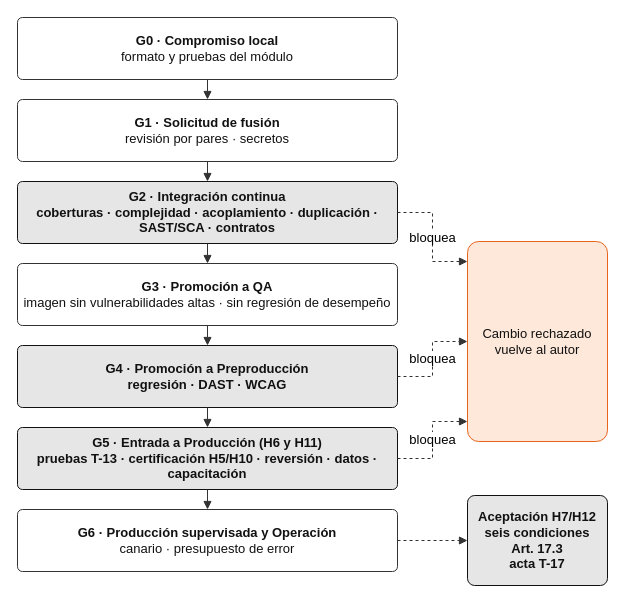
This is SD9_v_nueva/09_plan_calidad/diagramas/Fig_9-3_Puertas_Calidad.drawio from PatricioH315/LafroX, a draw.io file, before an edit. Source tidied: cells renumbered, new cells numbered last; positions are measured from the earlier drawing's top-left corner, leaving out a move shared by most shapes. Both pictures are drawn from the tidied source at 100%, with x=0, y=0 at pixel (17, 17).
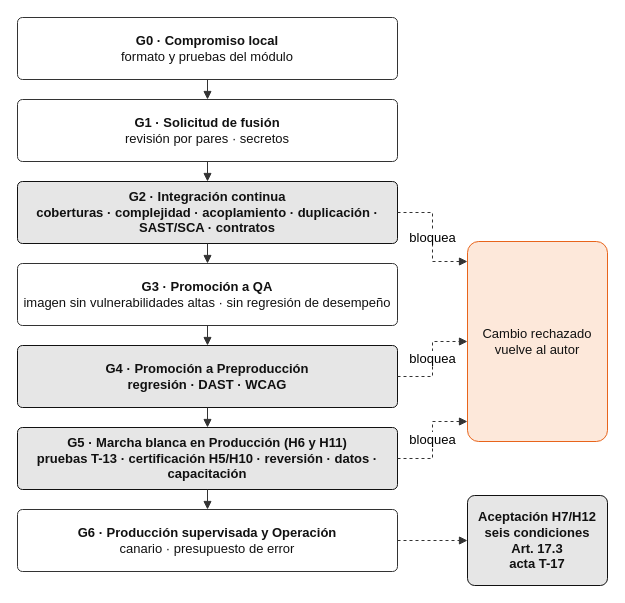
After the change.

The edit, as a diff of the source:
```diff
@@
-    <mxCell id="7" value="&lt;b&gt;G5 · Entrada a Producción (H6 y H11)&lt;/b&gt;&lt;br&gt;pruebas T-13 · certificación H5/H10 · reversión · datos · capacitación" style="rounded=1;whiteSpace=wrap;html=1;fontSize=13;fontFamily=Helvetica;fillColor=#E6E6E6;strokeColor=#111111;fontColor=#111111;arcSize=8;fontStyle=1;" parent="1" vertex="1">
+    <mxCell id="7" value="&lt;b&gt;G5 · Marcha blanca en Producción (H6 y H11)&lt;/b&gt;&lt;br&gt;pruebas T-13 · certificación H5/H10 · reversión · datos · capacitación" style="rounded=1;whiteSpace=wrap;html=1;fontSize=13;fontFamily=Helvetica;fillColor=#E6E6E6;strokeColor=#111111;fontColor=#111111;arcSize=8;fontStyle=1;" parent="1" vertex="1">
       <mxGeometry y="410" width="380" height="62" as="geometry" />
     </mxCell>
```
